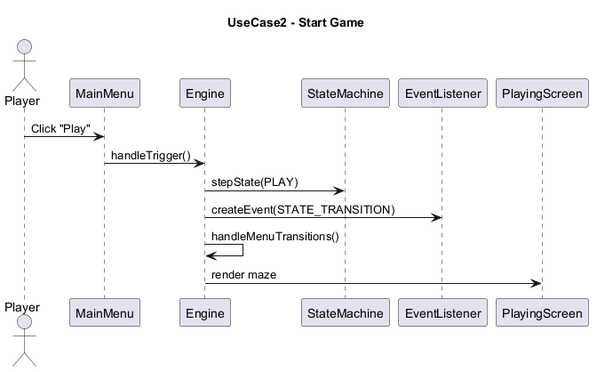
Earlier version of the PlantUML export docs/Diagrams/uc2.png (ChuzaWick420/FYP_AI_Based_Puzzle_Game). The source it was exported from:
```plantuml
@startuml
title UseCase2 - Start Game

actor Player

participant MainMenu
participant Engine
participant StateMachine
participant EventListener
participant PlayingScreen

Player -> MainMenu : Click "Play"

MainMenu -> Engine : handleTrigger()
Engine -> StateMachine : stepState(PLAY)

Engine -> EventListener : createEvent(STATE_TRANSITION)

Engine -> Engine : handleMenuTransitions()
Engine -> PlayingScreen : render maze

@enduml
```
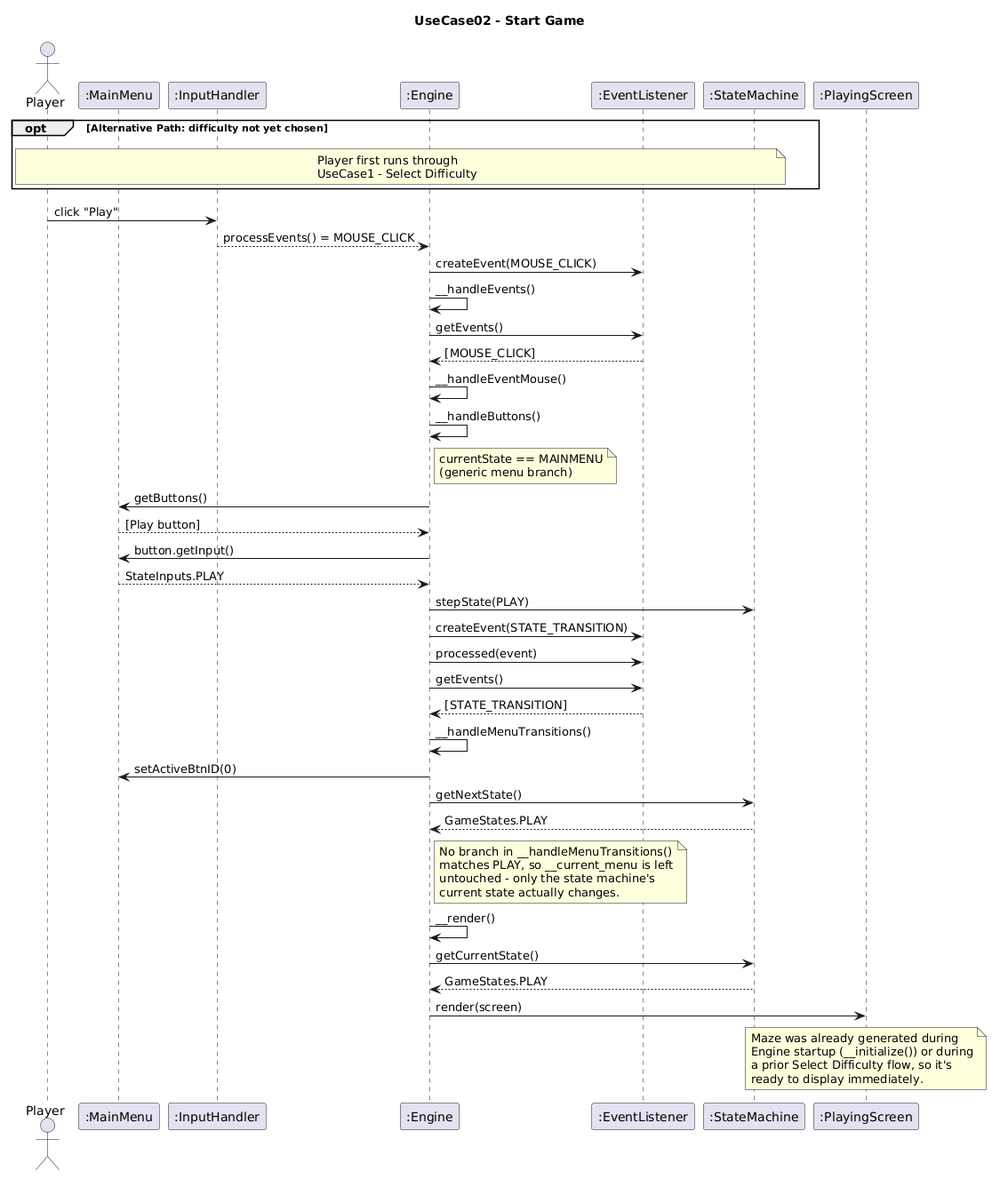
The same file after the commit.

Diff of the diagram source:
```diff
@@ -1,22 +1,49 @@
 @startuml
-title UseCase2 - Start Game
+title UseCase02 - Start Game
 
 actor Player
+participant ":MainMenu" as MM
+participant ":InputHandler" as IH
+participant ":Engine" as E
+participant ":EventListener" as EL
+participant ":StateMachine" as SM
+participant ":PlayingScreen" as PS
 
-participant MainMenu
-participant Engine
-participant StateMachine
-participant EventListener
-participant PlayingScreen
+opt Alternative Path: difficulty not yet chosen
+  note over Player, SM : Player first runs through\nUseCase1 - Select Difficulty
+end
 
-Player -> MainMenu : Click "Play"
+Player -> IH : click "Play"
+IH --> E : processEvents() = MOUSE_CLICK
+E -> EL : createEvent(MOUSE_CLICK)
 
-MainMenu -> Engine : handleTrigger()
-Engine -> StateMachine : stepState(PLAY)
+E -> E : __handleEvents()
 
-Engine -> EventListener : createEvent(STATE_TRANSITION)
+E -> EL : getEvents()
+EL --> E : [MOUSE_CLICK]
+E -> E : __handleEventMouse()
+E -> E : __handleButtons()
+note right of E : currentState == MAINMENU\n(generic menu branch)
+E -> MM : getButtons()
+MM --> E : [Play button]
+E -> MM : button.getInput()
+MM --> E : StateInputs.PLAY
+E -> SM : stepState(PLAY)
+E -> EL : createEvent(STATE_TRANSITION)
 
-Engine -> Engine : handleMenuTransitions()
-Engine -> PlayingScreen : render maze
+E -> EL : processed(event)
 
+E -> EL : getEvents()
+EL --> E : [STATE_TRANSITION]
+E -> E : __handleMenuTransitions()
+E -> MM : setActiveBtnID(0)
+E -> SM : getNextState()
+SM --> E : GameStates.PLAY
+note right of E : No branch in __handleMenuTransitions()\nmatches PLAY, so __current_menu is left\nuntouched - only the state machine's\ncurrent state actually changes.
+
+E -> E : __render()
+E -> SM : getCurrentState()
+SM --> E : GameStates.PLAY
+E -> PS : render(screen)
+note over PS : Maze was already generated during\nEngine startup (__initialize()) or during\na prior Select Difficulty flow, so it's\nready to display immediately.
 @enduml
```
